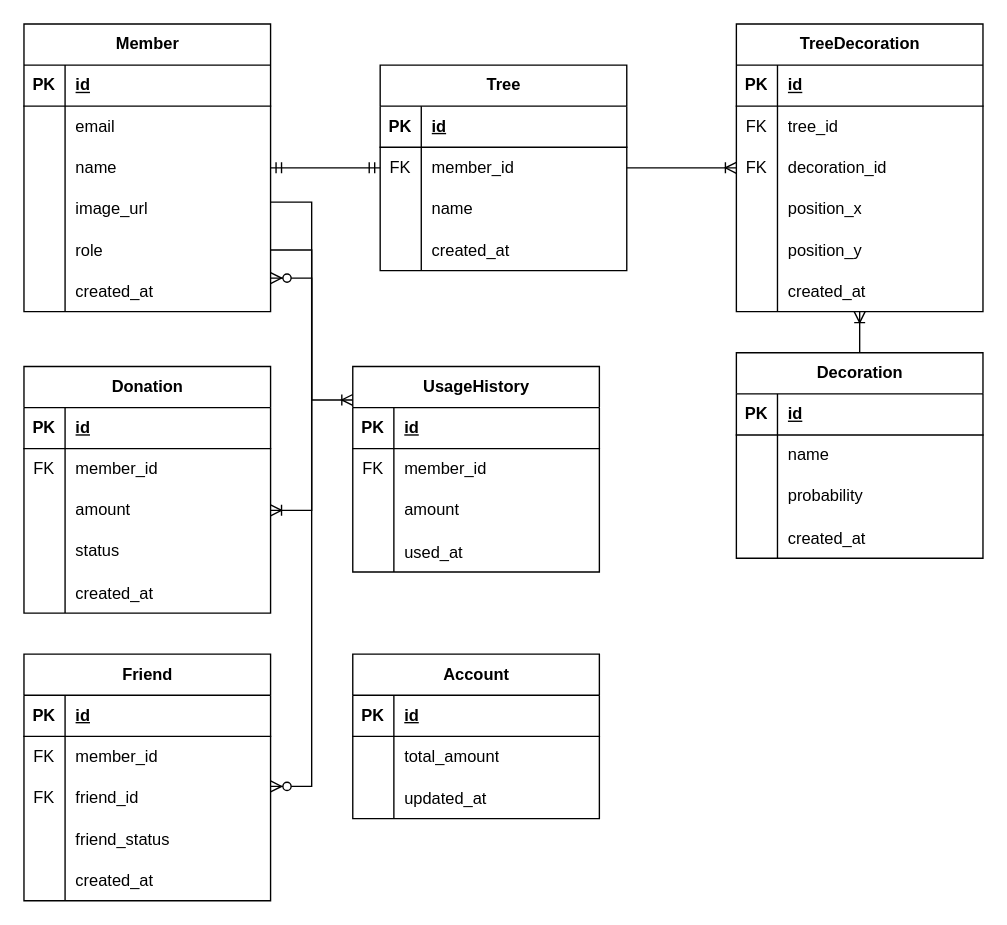
Earlier version of the draw.io diagram ChaeumERD.drawio (2025-Advanced-Capstone-Chaeum/ERD). Source tidied: cells renumbered, new cells numbered last; positions are measured from the earlier drawing's top-left corner, leaving out a move shared by most shapes. Both pictures are drawn from the tidied source at 137%, with x=0, y=0 at pixel (23, 23).
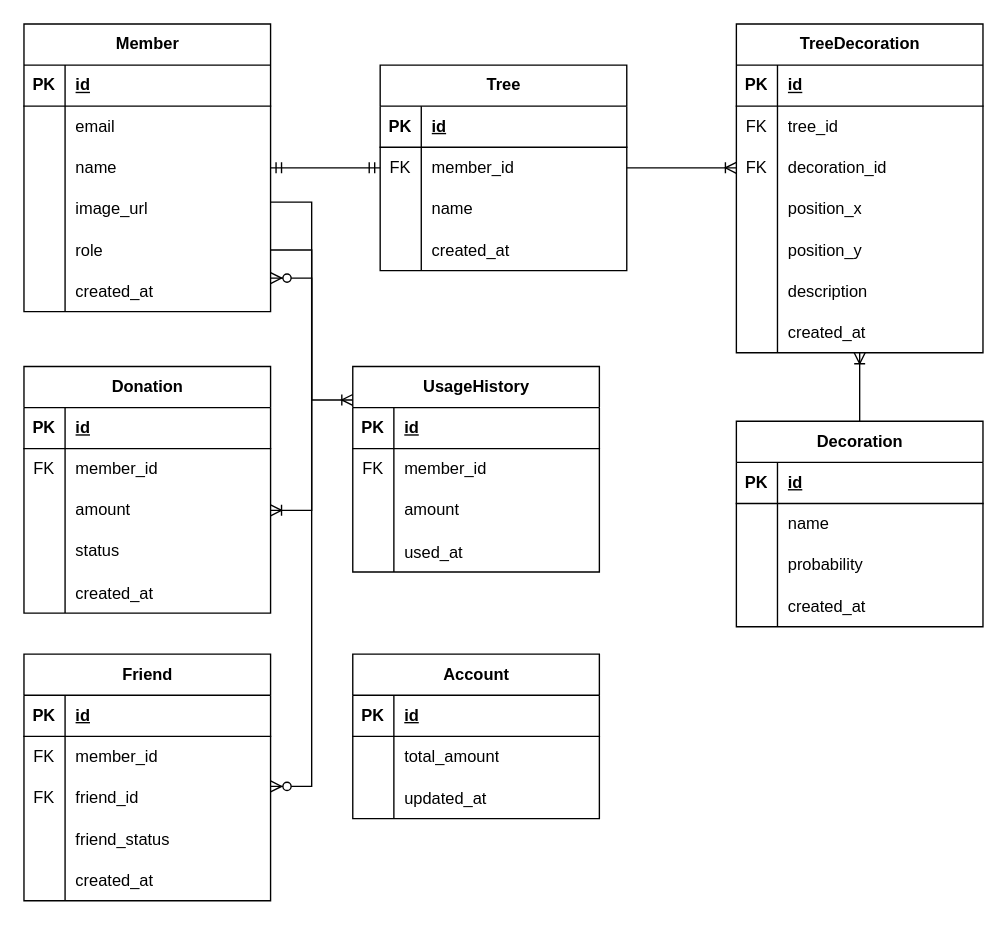
The same diagram, later.

Commit message:
docs: TreeDecoration 클래스 description 필드 추가

Unchanged cells that the change refers to:
```xml
<mxCell id="53" style="shape=tableRow;horizontal=0;startSize=0;swimlaneHead=0;swimlaneBody=0;fillColor=none;top=0;left=0;right=0;bottom=0;" parent="37" vertex="1">
  <mxGeometry y="180" width="180" height="30" as="geometry" />
</mxCell>
```

What changed in the source:
```diff
@@
     <mxCell id="37" value="TreeDecoration" style="shape=table;startSize=30;childLayout=tableLayout;rowLines=0;fontStyle=1;align=center;html=1;" parent="1" vertex="1">
-      <mxGeometry x="520" width="180" height="210" as="geometry" />
+      <mxGeometry x="520" width="180" height="240" as="geometry" />
     </mxCell>
@@
-    <mxCell id="55" value="created_at" style="shape=partialRectangle;fillColor=none;top=0;left=0;bottom=0;right=0;align=left;spacingLeft=6;overflow=hidden;" parent="53" vertex="1">
+    <mxCell id="55" value="description" style="shape=partialRectangle;fillColor=none;top=0;left=0;bottom=0;right=0;align=left;spacingLeft=6;overflow=hidden;" parent="53" vertex="1">
       <mxGeometry x="30" width="150" height="30" as="geometry" />
     </mxCell>
+    <mxCell id="127" style="shape=tableRow;horizontal=0;startSize=0;swimlaneHead=0;swimlaneBody=0;fillColor=none;top=0;left=0;right=0;bottom=0;" parent="37" vertex="1">
+      <mxGeometry y="210" width="180" height="30" as="geometry" />
+    </mxCell>
+    <mxCell id="128" style="shape=partialRectangle;fillColor=none;top=0;left=0;bottom=0;right=0;overflow=hidden;" parent="127" vertex="1">
+      <mxGeometry width="30" height="30" as="geometry" />
+    </mxCell>
+    <mxCell id="129" value="created_at" style="shape=partialRectangle;fillColor=none;top=0;left=0;bottom=0;right=0;align=left;spacingLeft=6;overflow=hidden;" parent="127" vertex="1">
+      <mxGeometry x="30" width="150" height="30" as="geometry" />
+    </mxCell>
     <mxCell id="56" value="Decoration" style="shape=table;startSize=30;childLayout=tableLayout;rowLines=0;fontStyle=1;align=center;html=1;" parent="1" vertex="1">
-      <mxGeometry x="520" y="240" width="180" height="150" as="geometry" />
+      <mxGeometry x="520" y="290" width="180" height="150" as="geometry" />
     </mxCell>
```
